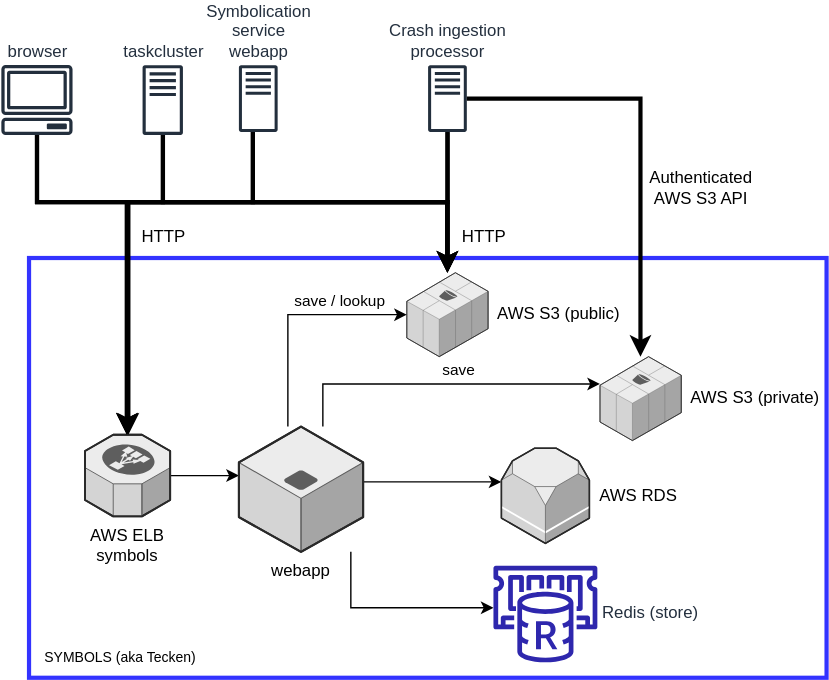
Earlier version of the draw.io export docs/drawio/tecken_architecture.drawio.svg (mozilla-services/tecken). Source tidied: cells renumbered, new cells last; positions are measured from the earlier drawing's top-left corner, leaving out a move shared by most shapes.
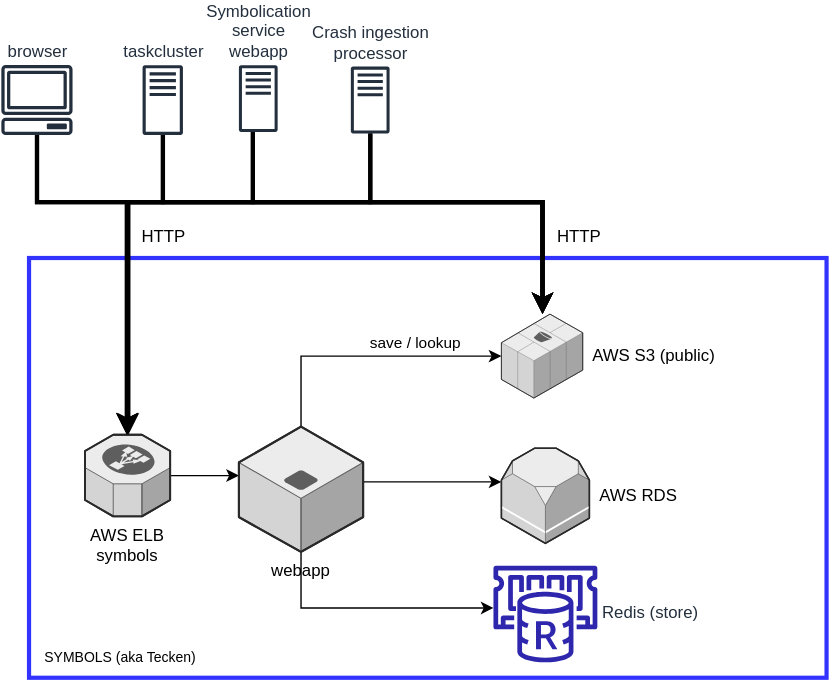
The same file after the commit.

Commit message:
Update architecture diagram

Tecken no longer has private symbol buckets--there are just symbol
buckets now.

Change to the diagram source:
```diff
@@ -31,12 +31,12 @@
       <mxGeometry x="60" y="264.2" width="60.9" height="58.3" as="geometry" />
     </mxCell>
     <mxCell id="8" value="AWS S3 (public)" style="verticalLabelPosition=middle;html=1;verticalAlign=middle;strokeWidth=1;align=left;outlineConnect=0;dashed=0;outlineConnect=0;shape=mxgraph.aws3d.s3;fillColor=#ECECEC;strokeColor=#5E5E5E;labelPosition=right;spacingRight=0;spacingLeft=5;" parent="1" vertex="1">
-      <mxGeometry x="290" y="148.4" width="58.1" height="60" as="geometry" />
+      <mxGeometry x="357.6" y="178" width="58.1" height="60" as="geometry" />
     </mxCell>
     <mxCell id="9" style="edgeStyle=orthogonalEdgeStyle;rounded=0;jettySize=auto;html=1;startArrow=none;startFill=0;" parent="1" edge="1" source="15" target="8">
       <mxGeometry relative="1" as="geometry">
         <Array as="points">
-          <mxPoint x="205" y="178.4" />
+          <mxPoint x="214" y="208" />
         </Array>
       </mxGeometry>
     </mxCell>
@@ -45,18 +45,6 @@
         <mxPoint x="30" y="-11" as="offset" />
       </mxGeometry>
     </mxCell>
-    <mxCell id="11" style="edgeStyle=orthogonalEdgeStyle;rounded=0;jettySize=auto;html=1;startArrow=none;startFill=0;" parent="1" edge="1" source="15" target="16">
-      <mxGeometry relative="1" as="geometry">
-        <Array as="points">
-          <mxPoint x="230" y="227.9" />
-        </Array>
-      </mxGeometry>
-    </mxCell>
-    <mxCell id="12" value="save" style="edgeLabel;html=1;align=center;verticalAlign=middle;" parent="11" vertex="1">
-      <mxGeometry x="0.11" y="2" relative="1" as="geometry">
-        <mxPoint y="-8" as="offset" />
-      </mxGeometry>
-    </mxCell>
     <mxCell id="13" style="edgeStyle=orthogonalEdgeStyle;rounded=0;jettySize=auto;html=1;startArrow=none;startFill=0;" parent="1" edge="1" source="15" target="17">
       <mxGeometry relative="1" as="geometry">
         <Array as="points">
@@ -68,16 +56,13 @@
     <mxCell id="14" style="edgeStyle=orthogonalEdgeStyle;rounded=0;jettySize=auto;html=1;startArrow=none;startFill=0;endArrow=classic;endFill=1;" parent="1" edge="1" source="15" target="18">
       <mxGeometry relative="1" as="geometry">
         <Array as="points">
-          <mxPoint x="250" y="387.9" />
+          <mxPoint x="214" y="388" />
         </Array>
       </mxGeometry>
     </mxCell>
     <mxCell id="15" value="webapp" style="verticalLabelPosition=bottom;html=1;verticalAlign=top;strokeWidth=1;align=center;outlineConnect=0;dashed=0;outlineConnect=0;shape=mxgraph.aws3d.application_server;fillColor=#ECECEC;strokeColor=#5E5E5E;" parent="1" vertex="1">
       <mxGeometry x="170" y="258.4" width="88.8" height="89.5" as="geometry" />
     </mxCell>
-    <mxCell id="16" value="AWS S3 (private)" style="verticalLabelPosition=middle;html=1;verticalAlign=middle;strokeWidth=1;align=left;outlineConnect=0;dashed=0;outlineConnect=0;shape=mxgraph.aws3d.s3;fillColor=#ECECEC;strokeColor=#5E5E5E;labelPosition=right;spacingLeft=5;" parent="1" vertex="1">
-      <mxGeometry x="428.1" y="208.4" width="58.1" height="60" as="geometry" />
-    </mxCell>
     <mxCell id="17" value="AWS RDS" style="verticalLabelPosition=middle;html=1;verticalAlign=middle;strokeWidth=1;align=left;outlineConnect=0;dashed=0;outlineConnect=0;shape=mxgraph.aws3d.rds;fillColor=#ECECEC;strokeColor=#5E5E5E;labelPosition=right;spacingLeft=5;" parent="1" vertex="1">
       <mxGeometry x="357.6" y="273.9" width="62.9" height="68" as="geometry" />
     </mxCell>
@@ -93,7 +78,7 @@
       </mxGeometry>
     </mxCell>
     <mxCell id="20" value="&lt;div&gt;Crash ingestion&lt;br&gt;&lt;/div&gt;&lt;div&gt;processor&lt;/div&gt;" style="sketch=0;outlineConnect=0;fontColor=#232F3E;gradientColor=none;fillColor=#232F3D;strokeColor=none;dashed=0;verticalLabelPosition=top;verticalAlign=bottom;align=center;html=1;fontSize=12;fontStyle=0;shape=mxgraph.aws4.traditional_server;horizontal=1;labelPosition=center;" parent="1" vertex="1">
-      <mxGeometry x="305.2" width="27.7" height="48" as="geometry" />
+      <mxGeometry x="250" y="1" width="27.7" height="48" as="geometry" />
     </mxCell>
     <mxCell id="21" style="edgeStyle=orthogonalEdgeStyle;rounded=0;jettySize=auto;html=1;startArrow=none;startFill=0;strokeWidth=3;" parent="1" edge="1" source="3" target="7">
       <mxGeometry relative="1" as="geometry">
@@ -114,17 +99,10 @@
     <mxCell id="24" value="&lt;div&gt;Symbolication&lt;br&gt;&lt;/div&gt;&lt;div&gt;service&lt;/div&gt;&lt;div&gt;webapp&lt;br&gt;&lt;/div&gt;" style="sketch=0;outlineConnect=0;fontColor=#232F3E;gradientColor=none;fillColor=#232F3D;strokeColor=none;dashed=0;verticalLabelPosition=top;verticalAlign=bottom;align=center;html=1;fontSize=12;fontStyle=0;shape=mxgraph.aws4.traditional_server;horizontal=1;labelPosition=center;" parent="1" vertex="1">
       <mxGeometry x="170" width="27.7" height="48" as="geometry" />
     </mxCell>
-    <mxCell id="25" style="edgeStyle=orthogonalEdgeStyle;rounded=0;jettySize=auto;html=1;startArrow=none;startFill=0;strokeWidth=3;" parent="1" edge="1" source="20" target="16">
-      <mxGeometry relative="1" as="geometry">
-        <Array as="points">
-          <mxPoint x="457" y="24" />
-        </Array>
-      </mxGeometry>
-    </mxCell>
     <mxCell id="26" style="edgeStyle=orthogonalEdgeStyle;rounded=0;jettySize=auto;html=1;startArrow=none;startFill=0;strokeWidth=3;" parent="1" edge="1" source="20" target="7">
       <mxGeometry relative="1" as="geometry">
         <Array as="points">
-          <mxPoint x="320" y="98" />
+          <mxPoint x="264" y="98" />
           <mxPoint x="91" y="98" />
         </Array>
       </mxGeometry>
@@ -132,8 +110,8 @@
     <mxCell id="27" style="edgeStyle=orthogonalEdgeStyle;rounded=0;jettySize=auto;html=1;startArrow=none;startFill=0;strokeWidth=3;" parent="1" edge="1" source="20" target="8">
       <mxGeometry relative="1" as="geometry">
         <Array as="points">
-          <mxPoint x="319" y="78" />
-          <mxPoint x="319" y="78" />
+          <mxPoint x="264" y="98" />
+          <mxPoint x="387" y="98" />
         </Array>
       </mxGeometry>
     </mxCell>
@@ -141,7 +119,7 @@
       <mxGeometry relative="1" as="geometry">
         <Array as="points">
           <mxPoint x="180" y="98" />
-          <mxPoint x="319" y="98" />
+          <mxPoint x="387" y="98" />
         </Array>
       </mxGeometry>
     </mxCell>
@@ -149,7 +127,7 @@
       <mxGeometry relative="1" as="geometry">
         <Array as="points">
           <mxPoint x="116" y="98" />
-          <mxPoint x="319" y="98" />
+          <mxPoint x="387" y="98" />
         </Array>
       </mxGeometry>
     </mxCell>
@@ -157,18 +135,15 @@
       <mxGeometry relative="1" as="geometry">
         <Array as="points">
           <mxPoint x="26" y="98" />
-          <mxPoint x="319" y="98" />
+          <mxPoint x="387" y="98" />
         </Array>
       </mxGeometry>
     </mxCell>
     <mxCell id="31" value="&lt;div&gt;HTTP&lt;/div&gt;" style="text;html=1;align=center;verticalAlign=middle;strokeColor=none;fillColor=none;" parent="1" vertex="1">
-      <mxGeometry x="320" y="108" width="50" height="30" as="geometry" />
+      <mxGeometry x="387.6" y="108" width="50" height="30" as="geometry" />
     </mxCell>
     <mxCell id="32" value="&lt;div&gt;HTTP&lt;/div&gt;" style="text;html=1;align=center;verticalAlign=middle;strokeColor=none;fillColor=none;" parent="1" vertex="1">
       <mxGeometry x="90.6" y="108" width="50" height="30" as="geometry" />
     </mxCell>
-    <mxCell id="33" value="&lt;div&gt;Authenticated&lt;/div&gt;&lt;div&gt;AWS S3 API&lt;/div&gt;" style="text;html=1;align=center;verticalAlign=middle;strokeColor=none;fillColor=none;" parent="1" vertex="1">
-      <mxGeometry x="450" y="68" width="100" height="40" as="geometry" />
-    </mxCell>
   </root>
 </mxGraphModel>
```
